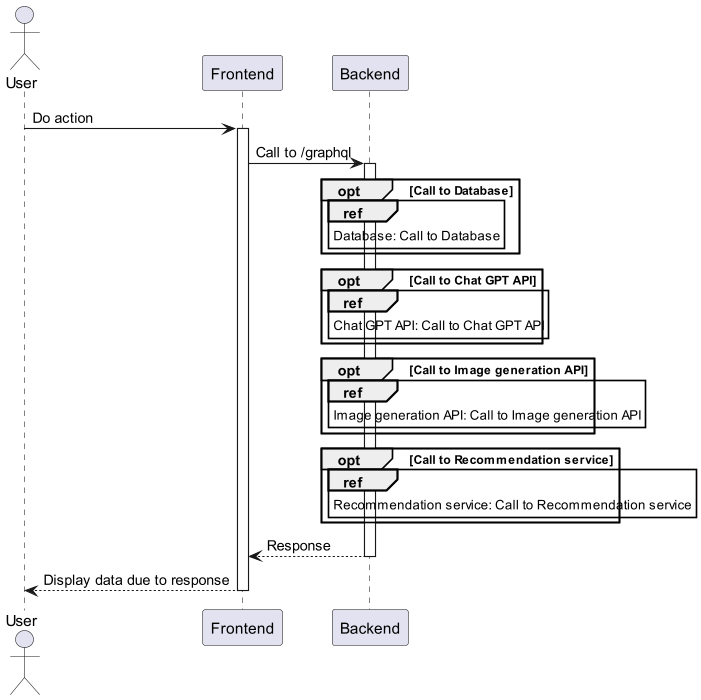
Earlier version of the PlantUML export media/sequence/frontendBackendFlow.png (kambed/FoodzillaArchitecture).
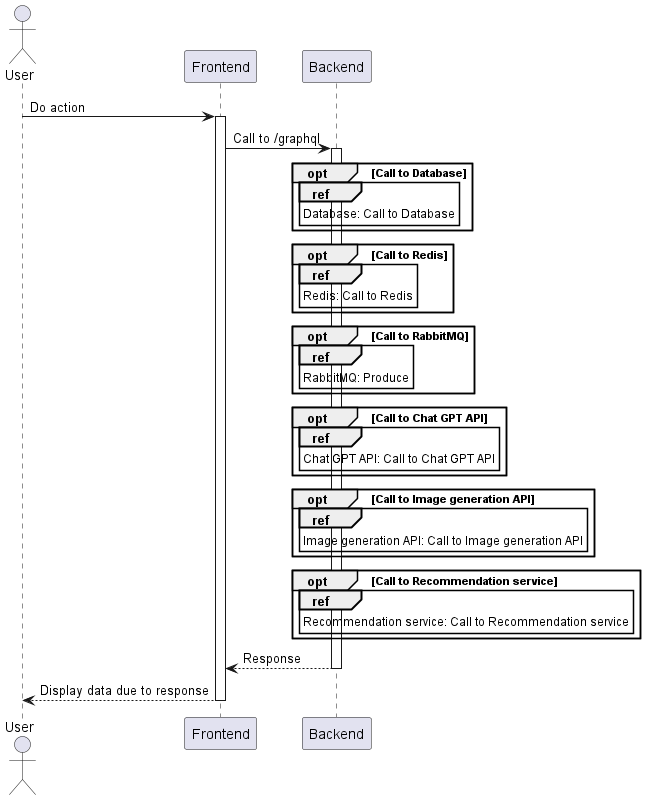
The same file after the commit.

Change to the diagram source:
```diff
@@ -10,6 +10,16 @@
 opt Call to Database
     ref over Backend
         Database: Call to Database
+    end
+end
+opt Call to Redis
+    ref over Backend
+        Redis: Call to Redis
+    end
+end
+opt Call to RabbitMQ
+    ref over Backend
+        RabbitMQ: Produce
     end
 end
 opt Call to Chat GPT API
```
